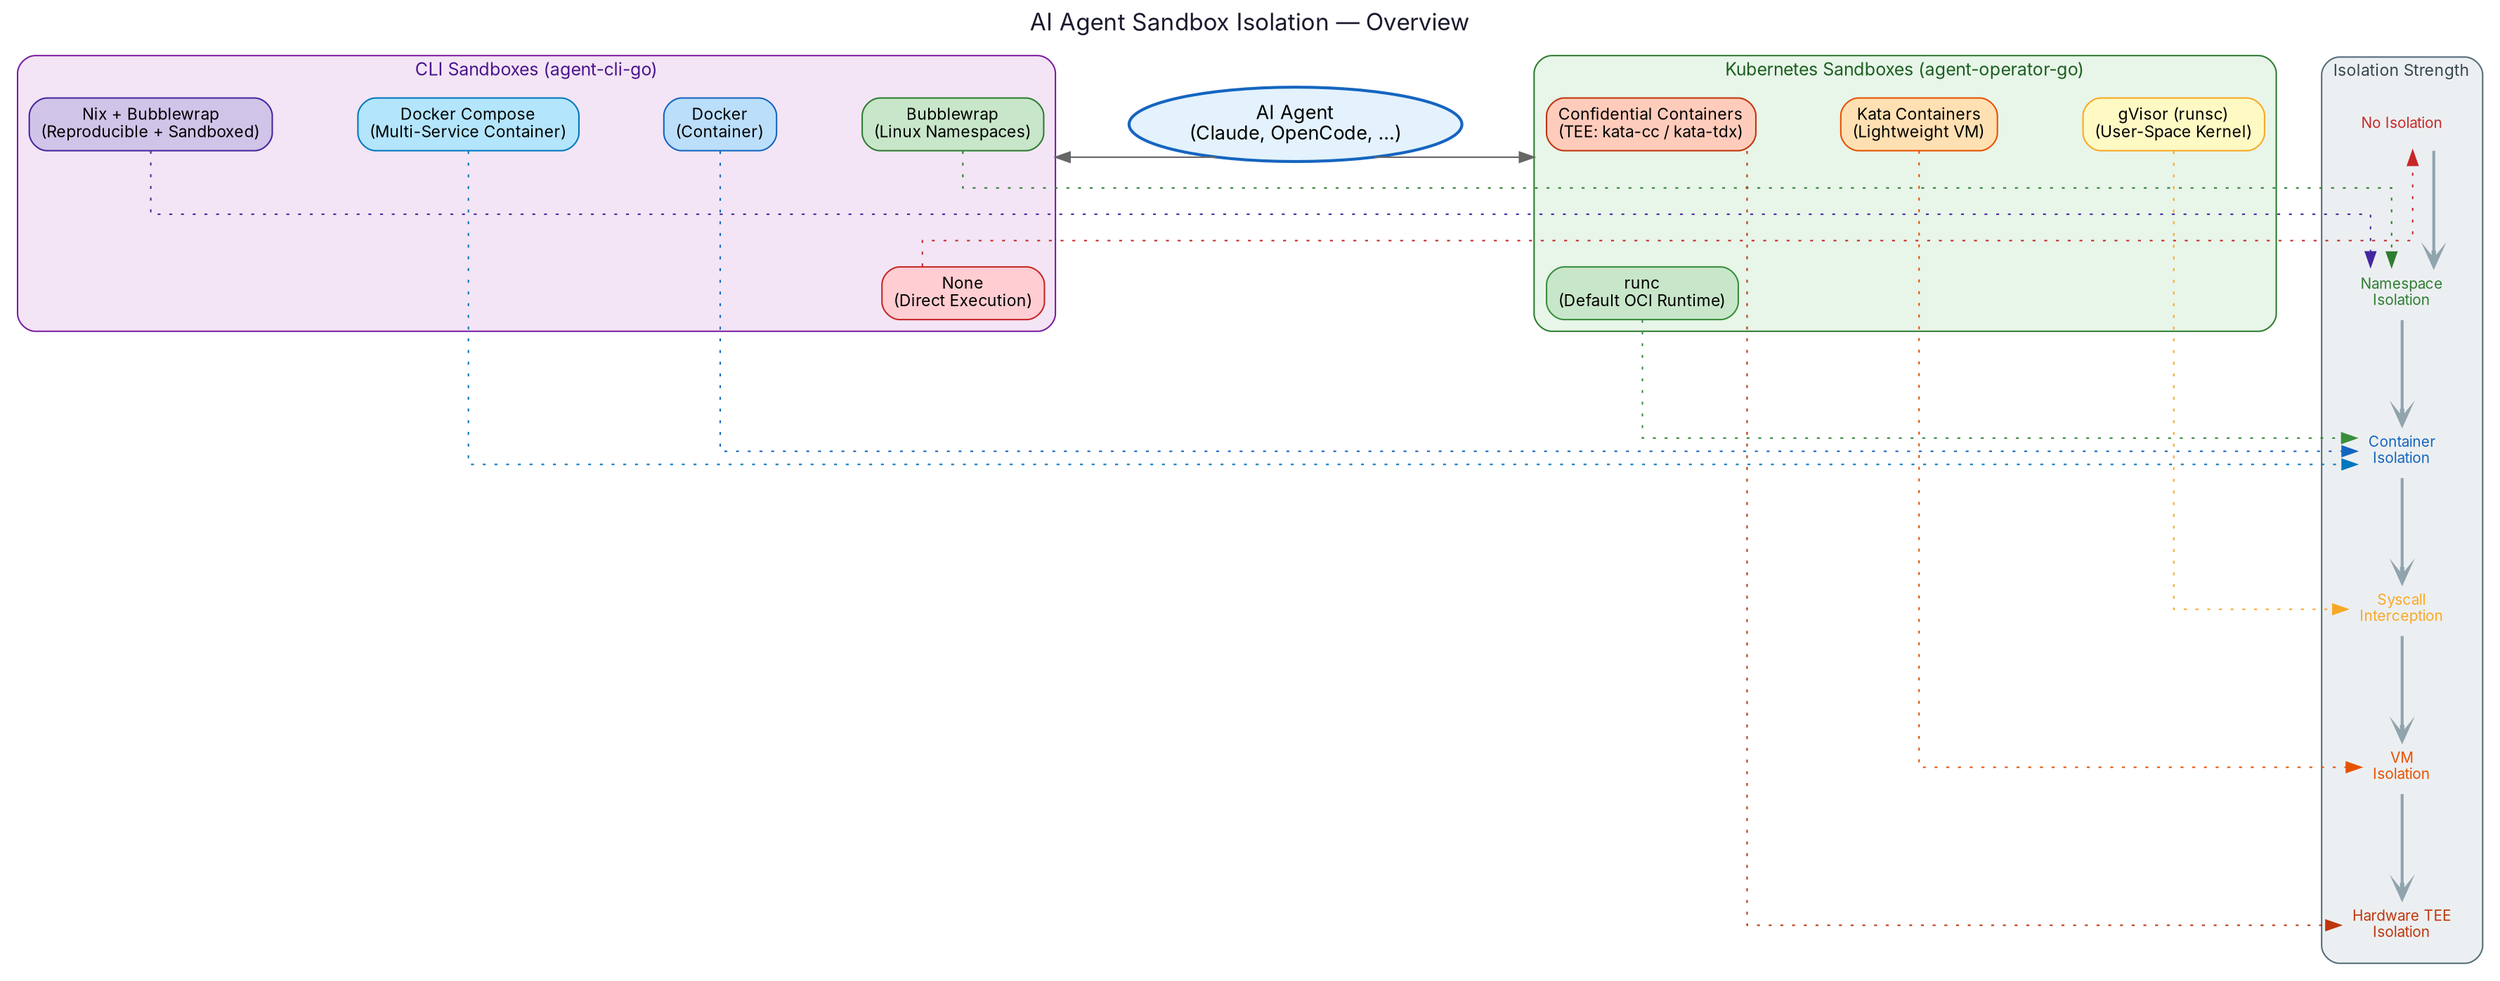
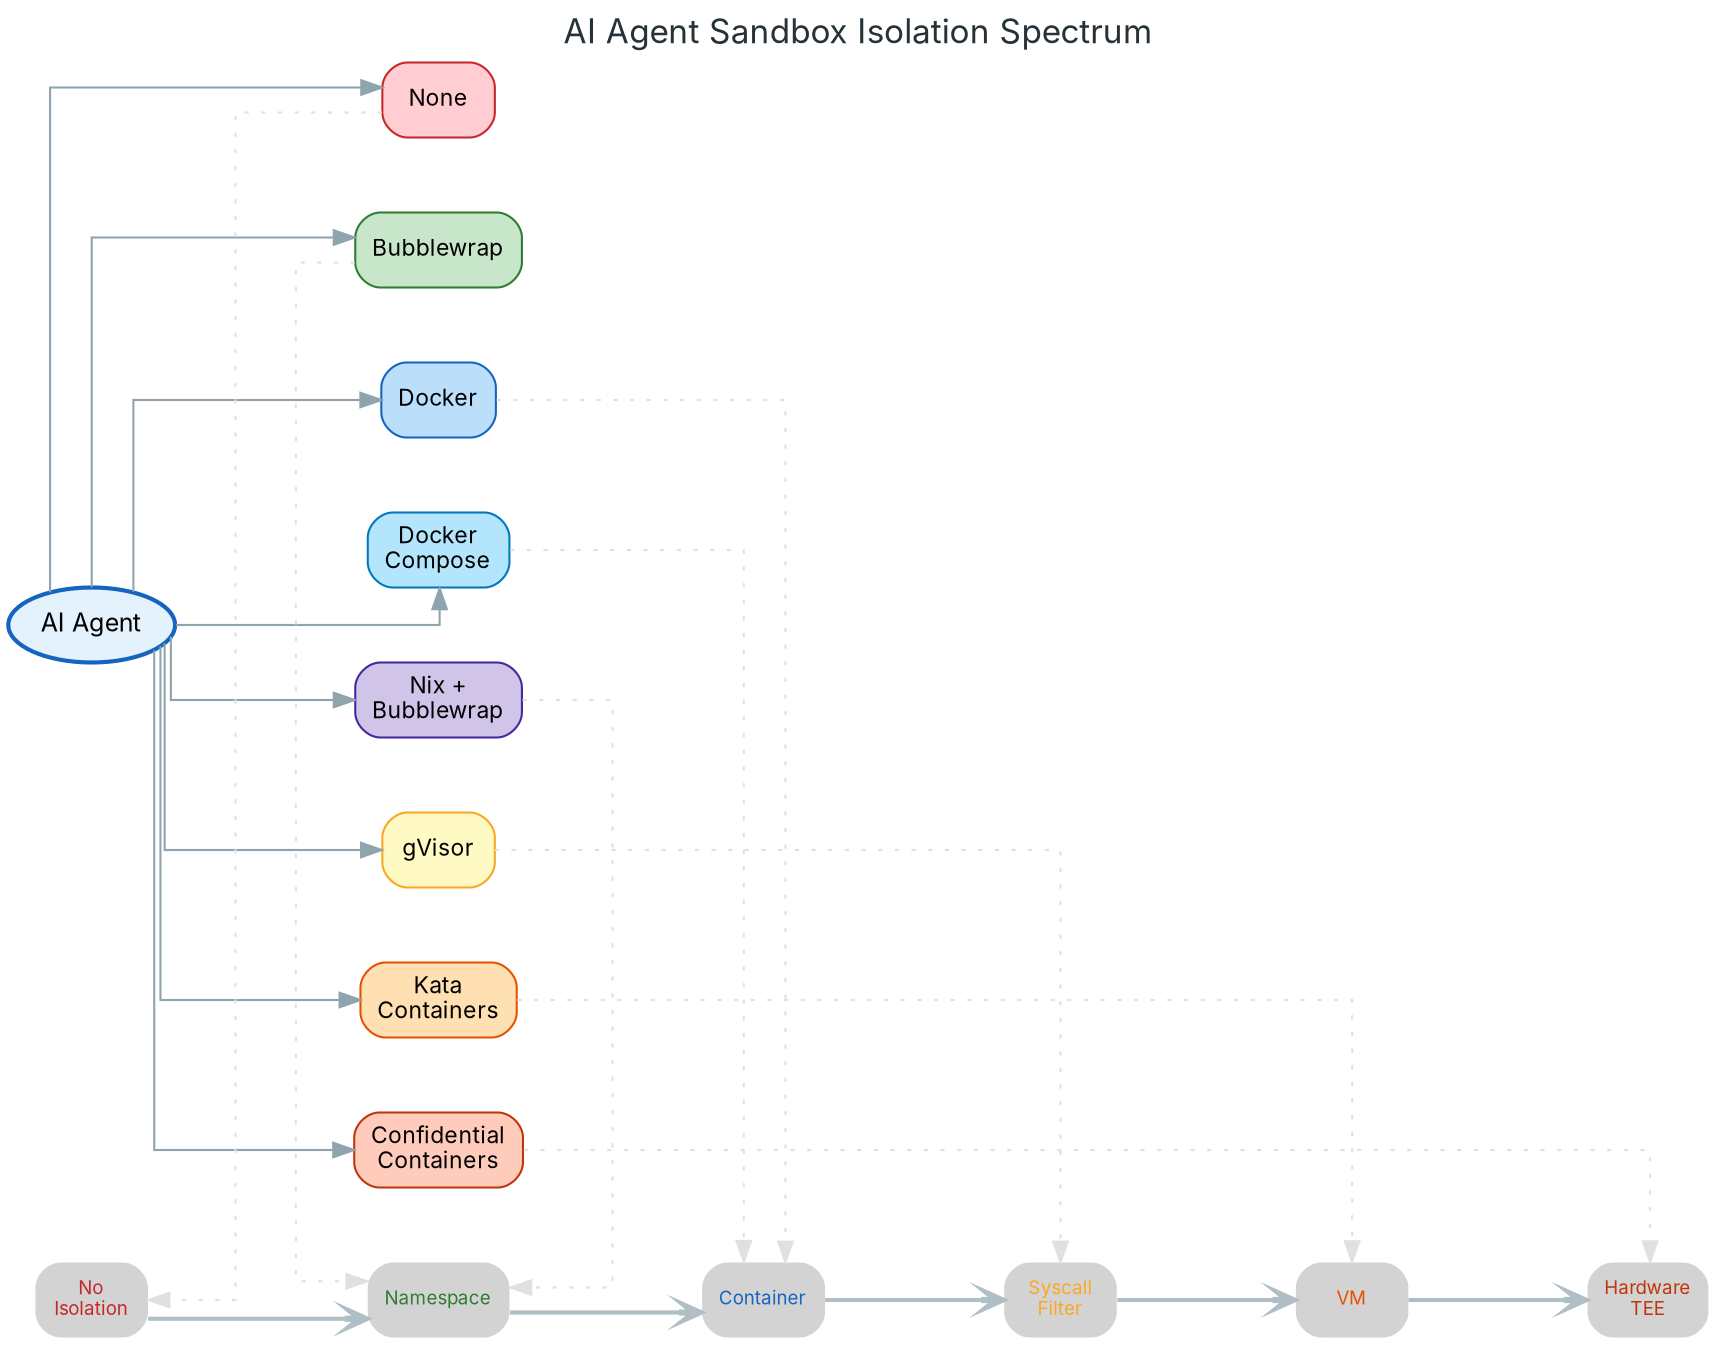
digraph SandboxOverview {
-   rankdir=TB;
-   compound=true;
-   newrank=true;
+   rankdir=LR;
  splines=ortho;
-   nodesep=0.8;
-   ranksep=1.0;
+   nodesep=0.5;
+   ranksep=1.2;
  bgcolor="white";

  node [shape=box, style="rounded,filled", fontname="Inter,Helvetica,Arial", fontsize=11];
-   edge [fontname="Inter,Helvetica,Arial", fontsize=9, color="#666666"];
+   edge [fontname="Inter,Helvetica,Arial", fontsize=9, color="#90a4ae"];

-   label="AI Agent Sandbox Isolation — Overview";
+   label="AI Agent Sandbox Isolation Spectrum";
  labelloc=t;
  fontsize=16;
  fontname="Inter,Helvetica,Arial";
-   fontcolor="#1a1a2e";
+   fontcolor="#263238";

-   // AI Agent at top
-   agent [label="AI Agent\n(Claude, OpenCode, ...)", shape=ellipse, fillcolor="#e3f2fd", color="#1565c0", penwidth=2, fontsize=13];
+   agent [label="AI Agent", shape=ellipse, fillcolor="#e3f2fd", color="#1565c0", penwidth=2, fontsize=12];

-   // CLI-level sandboxes
-   subgraph cluster_cli {
-     label="CLI Sandboxes (agent-cli-go)";
-     style="rounded,filled";
-     fillcolor="#f3e5f5";
-     color="#7b1fa2";
-     fontcolor="#4a148c";
-     fontsize=12;
+   none [label="None", fillcolor="#ffcdd2", color="#c62828"];
+   bwrap [label="Bubblewrap", fillcolor="#c8e6c9", color="#2e7d32"];
+   docker [label="Docker", fillcolor="#bbdefb", color="#1565c0"];
+   compose [label="Docker\nCompose", fillcolor="#b3e5fc", color="#0277bd"];
+   nix [label="Nix +\nBubblewrap", fillcolor="#d1c4e9", color="#4527a0"];
+   gvisor [label="gVisor", fillcolor="#fff9c4", color="#f9a825"];
+   kata [label="Kata\nContainers", fillcolor="#ffe0b2", color="#e65100"];
+   coco [label="Confidential\nContainers", fillcolor="#ffccbc", color="#bf360c"];

-     none [label="None\n(Direct Execution)", fillcolor="#ffcdd2", color="#c62828"];
-     bwrap [label="Bubblewrap\n(Linux Namespaces)", fillcolor="#c8e6c9", color="#2e7d32"];
-     docker [label="Docker\n(Container)", fillcolor="#bbdefb", color="#1565c0"];
-     compose [label="Docker Compose\n(Multi-Service Container)", fillcolor="#b3e5fc", color="#0277bd"];
-     nix [label="Nix + Bubblewrap\n(Reproducible + Sandboxed)", fillcolor="#d1c4e9", color="#4527a0"];
-   }
+   // Scale
+   s1 [label="No\nIsolation", shape=plaintext, fontcolor="#c62828", fontsize=9];
+   s2 [label="Namespace", shape=plaintext, fontcolor="#2e7d32", fontsize=9];
+   s3 [label="Container", shape=plaintext, fontcolor="#1565c0", fontsize=9];
+   s4 [label="Syscall\nFilter", shape=plaintext, fontcolor="#f9a825", fontsize=9];
+   s5 [label="VM", shape=plaintext, fontcolor="#e65100", fontsize=9];
+   s6 [label="Hardware\nTEE", shape=plaintext, fontcolor="#bf360c", fontsize=9];

-   // K8s-level sandboxes
-   subgraph cluster_k8s {
-     label="Kubernetes Sandboxes (agent-operator-go)";
-     style="rounded,filled";
-     fillcolor="#e8f5e9";
-     color="#2e7d32";
-     fontcolor="#1b5e20";
-     fontsize=12;
+   agent -> none;
+   agent -> bwrap;
+   agent -> docker;
+   agent -> compose;
+   agent -> nix;
+   agent -> gvisor;
+   agent -> kata;
+   agent -> coco;

-     runc [label="runc\n(Default OCI Runtime)", fillcolor="#c8e6c9", color="#388e3c"];
-     gvisor [label="gVisor (runsc)\n(User-Space Kernel)", fillcolor="#fff9c4", color="#f9a825"];
-     kata [label="Kata Containers\n(Lightweight VM)", fillcolor="#ffe0b2", color="#e65100"];
-     coco [label="Confidential Containers\n(TEE: kata-cc / kata-tdx)", fillcolor="#ffccbc", color="#bf360c"];
-   }
+   s1 -> s2 -> s3 -> s4 -> s5 -> s6 [style=bold, color="#b0bec5", arrowhead=vee];

-   // Isolation strength scale
-   subgraph cluster_scale {
-     label="Isolation Strength";
-     style="rounded,filled";
-     fillcolor="#eceff1";
-     color="#546e7a";
-     fontcolor="#37474f";
-     fontsize=11;
- 
-     s1 [label="No Isolation", shape=plaintext, fillcolor="#eceff1", fontcolor="#c62828", fontsize=10];
-     s2 [label="Namespace\nIsolation", shape=plaintext, fillcolor="#eceff1", fontcolor="#2e7d32", fontsize=10];
-     s3 [label="Container\nIsolation", shape=plaintext, fillcolor="#eceff1", fontcolor="#1565c0", fontsize=10];
-     s4 [label="Syscall\nInterception", shape=plaintext, fillcolor="#eceff1", fontcolor="#f9a825", fontsize=10];
-     s5 [label="VM\nIsolation", shape=plaintext, fillcolor="#eceff1", fontcolor="#e65100", fontsize=10];
-     s6 [label="Hardware TEE\nIsolation", shape=plaintext, fillcolor="#eceff1", fontcolor="#bf360c", fontsize=10];
- 
-     s1 -> s2 -> s3 -> s4 -> s5 -> s6 [style=bold, color="#90a4ae", arrowhead=vee, label="", dir=forward];
-   }
- 
-   // Agent to sandbox connections
-   agent -> none [lhead=cluster_cli];
-   agent -> runc [lhead=cluster_k8s];
- 
-   // Mapping sandboxes to scale
-   none -> s1 [style=dotted, color="#c62828", constraint=false];
-   bwrap -> s2 [style=dotted, color="#2e7d32", constraint=false];
-   docker -> s3 [style=dotted, color="#1565c0", constraint=false];
-   compose -> s3 [style=dotted, color="#0277bd", constraint=false];
-   nix -> s2 [style=dotted, color="#4527a0", constraint=false];
-   runc -> s3 [style=dotted, color="#388e3c", constraint=false];
-   gvisor -> s4 [style=dotted, color="#f9a825", constraint=false];
-   kata -> s5 [style=dotted, color="#e65100", constraint=false];
-   coco -> s6 [style=dotted, color="#bf360c", constraint=false];
+   none -> s1 [style=dotted, constraint=false, color="#e0e0e0"];
+   bwrap -> s2 [style=dotted, constraint=false, color="#e0e0e0"];
+   nix -> s2 [style=dotted, constraint=false, color="#e0e0e0"];
+   docker -> s3 [style=dotted, constraint=false, color="#e0e0e0"];
+   compose -> s3 [style=dotted, constraint=false, color="#e0e0e0"];
+   gvisor -> s4 [style=dotted, constraint=false, color="#e0e0e0"];
+   kata -> s5 [style=dotted, constraint=false, color="#e0e0e0"];
+   coco -> s6 [style=dotted, constraint=false, color="#e0e0e0"];
}
